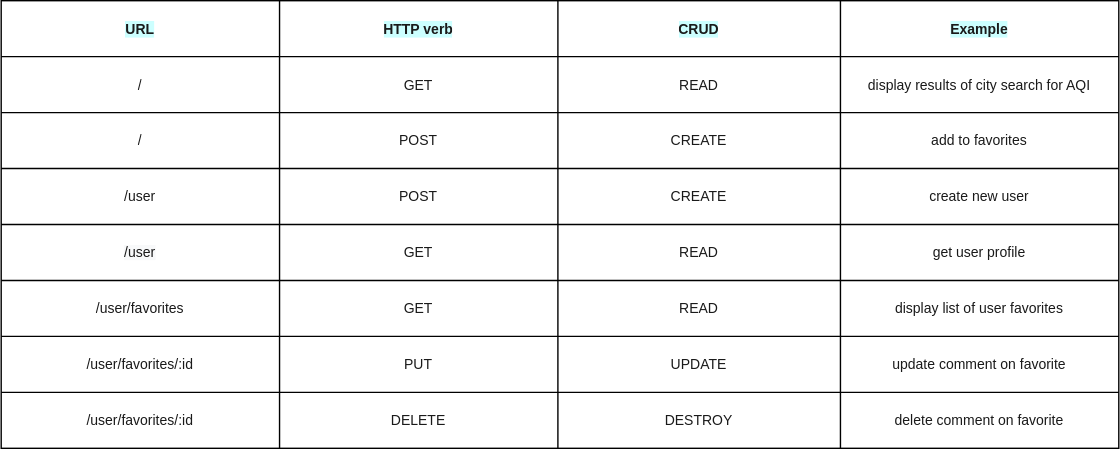
Before: .drawio.svg, a diagram exported from draw.io (nancyd333/project2). Source tidied: cells renumbered, new cells last; positions are measured from the earlier drawing's top-left corner, leaving out a move shared by most shapes. The source it was exported from:
```xml
<mxGraphModel>
  <root>
    <mxCell id="0" />
    <mxCell id="1" parent="0" />
    <mxCell id="2" style="shape=table;startSize=0;fontFamily=Helvetica;fontSize=10;fontColor=#1A1A1A;fillColor=#FFFFFF;whiteSpace=wrap;spacingLeft=5;spacingRight=5;" parent="1" vertex="1">
      <mxGeometry width="799" height="320" as="geometry" />
    </mxCell>
    <mxCell id="3" style="shape=partialRectangle;fillColor=none;top=0;left=0;bottom=0;right=0;fontFamily=Helvetica;fontSize=10;fontColor=#1A1A1A;spacingLeft=5;spacingRight=5;" parent="2" vertex="1">
      <mxGeometry width="799" height="40" as="geometry" />
    </mxCell>
    <mxCell id="4" value="&lt;b&gt;URL&lt;/b&gt;" style="shape=partialRectangle;html=1;whiteSpace=wrap;overflow=hidden;fillColor=none;top=0;left=0;bottom=0;right=0;fontFamily=Helvetica;fontSize=10;fontColor=#1A1A1A;spacingLeft=5;spacingRight=5;labelBackgroundColor=#CCFFFF;" parent="3" vertex="1">
      <mxGeometry width="199" height="40" as="geometry" />
    </mxCell>
    <mxCell id="5" value="&lt;b&gt;HTTP verb&lt;/b&gt;" style="shape=partialRectangle;html=1;whiteSpace=wrap;overflow=hidden;fillColor=none;top=0;left=0;bottom=0;right=0;fontFamily=Helvetica;fontSize=10;fontColor=#1A1A1A;spacingLeft=5;spacingRight=5;labelBackgroundColor=#CCFFFF;" parent="3" vertex="1">
      <mxGeometry x="199" width="199" height="40" as="geometry" />
    </mxCell>
    <mxCell id="6" value="&lt;b&gt;CRUD&lt;/b&gt;" style="shape=partialRectangle;html=1;whiteSpace=wrap;overflow=hidden;fillColor=none;top=0;left=0;bottom=0;right=0;fontFamily=Helvetica;fontSize=10;fontColor=#1A1A1A;spacingLeft=5;spacingRight=5;labelBackgroundColor=#CCFFFF;" parent="3" vertex="1">
      <mxGeometry x="398" width="202" height="40" as="geometry" />
    </mxCell>
    <mxCell id="7" value="&lt;b&gt;Example&lt;/b&gt;" style="shape=partialRectangle;html=1;whiteSpace=wrap;overflow=hidden;fillColor=none;top=0;left=0;bottom=0;right=0;fontFamily=Helvetica;fontSize=10;fontColor=#1A1A1A;spacingLeft=5;spacingRight=5;labelBackgroundColor=#CCFFFF;" parent="3" vertex="1">
      <mxGeometry x="600" width="199" height="40" as="geometry" />
    </mxCell>
    <mxCell id="8" style="shape=partialRectangle;fillColor=none;top=0;left=0;bottom=0;right=0;fontFamily=Helvetica;fontSize=10;fontColor=#1A1A1A;spacingLeft=5;spacingRight=5;" parent="2" vertex="1">
      <mxGeometry y="40" width="799" height="40" as="geometry" />
    </mxCell>
    <mxCell id="9" value="/" style="shape=partialRectangle;html=1;whiteSpace=wrap;overflow=hidden;fillColor=none;top=0;left=0;bottom=0;right=0;fontFamily=Helvetica;fontSize=10;fontColor=#1A1A1A;spacingLeft=5;spacingRight=5;" parent="8" vertex="1">
      <mxGeometry width="199" height="40" as="geometry" />
    </mxCell>
    <mxCell id="10" value="GET" style="shape=partialRectangle;html=1;whiteSpace=wrap;overflow=hidden;fillColor=none;top=0;left=0;bottom=0;right=0;fontFamily=Helvetica;fontSize=10;fontColor=#1A1A1A;spacingLeft=5;spacingRight=5;" parent="8" vertex="1">
      <mxGeometry x="199" width="199" height="40" as="geometry" />
    </mxCell>
    <mxCell id="11" value="READ" style="shape=partialRectangle;html=1;whiteSpace=wrap;overflow=hidden;fillColor=none;top=0;left=0;bottom=0;right=0;fontFamily=Helvetica;fontSize=10;fontColor=#1A1A1A;spacingLeft=5;spacingRight=5;" parent="8" vertex="1">
      <mxGeometry x="398" width="202" height="40" as="geometry" />
    </mxCell>
    <mxCell id="12" value="display results of city search for AQI" style="shape=partialRectangle;html=1;whiteSpace=wrap;overflow=hidden;fillColor=none;top=0;left=0;bottom=0;right=0;fontFamily=Helvetica;fontSize=10;fontColor=#1A1A1A;spacingLeft=5;spacingRight=5;" parent="8" vertex="1">
      <mxGeometry x="600" width="199" height="40" as="geometry" />
    </mxCell>
    <mxCell id="13" style="shape=partialRectangle;fillColor=none;top=0;left=0;bottom=0;right=0;fontFamily=Helvetica;fontSize=10;fontColor=#1A1A1A;spacingLeft=5;spacingRight=5;" parent="2" vertex="1">
      <mxGeometry y="80" width="799" height="40" as="geometry" />
    </mxCell>
    <mxCell id="14" value="/" style="shape=partialRectangle;html=1;whiteSpace=wrap;overflow=hidden;fillColor=none;top=0;left=0;bottom=0;right=0;fontFamily=Helvetica;fontSize=10;fontColor=#1A1A1A;spacingLeft=5;spacingRight=5;" parent="13" vertex="1">
      <mxGeometry width="199" height="40" as="geometry" />
    </mxCell>
    <mxCell id="15" value="POST" style="shape=partialRectangle;html=1;whiteSpace=wrap;overflow=hidden;fillColor=none;top=0;left=0;bottom=0;right=0;fontFamily=Helvetica;fontSize=10;fontColor=#1A1A1A;spacingLeft=5;spacingRight=5;" parent="13" vertex="1">
      <mxGeometry x="199" width="199" height="40" as="geometry" />
    </mxCell>
    <mxCell id="16" value="CREATE" style="shape=partialRectangle;html=1;whiteSpace=wrap;overflow=hidden;fillColor=none;top=0;left=0;bottom=0;right=0;fontFamily=Helvetica;fontSize=10;fontColor=#1A1A1A;spacingLeft=5;spacingRight=5;" parent="13" vertex="1">
      <mxGeometry x="398" width="202" height="40" as="geometry" />
    </mxCell>
    <mxCell id="17" value="add to favorites" style="shape=partialRectangle;html=1;whiteSpace=wrap;overflow=hidden;fillColor=none;top=0;left=0;bottom=0;right=0;fontFamily=Helvetica;fontSize=10;fontColor=#1A1A1A;spacingLeft=5;spacingRight=5;" parent="13" vertex="1">
      <mxGeometry x="600" width="199" height="40" as="geometry" />
    </mxCell>
    <mxCell id="18" style="shape=partialRectangle;fillColor=none;top=0;left=0;bottom=0;right=0;fontFamily=Helvetica;fontSize=10;fontColor=#1A1A1A;spacingLeft=5;spacingRight=5;" parent="2" vertex="1">
      <mxGeometry y="120" width="799" height="40" as="geometry" />
    </mxCell>
    <mxCell id="19" value="/user" style="shape=partialRectangle;html=1;whiteSpace=wrap;overflow=hidden;fillColor=none;top=0;left=0;bottom=0;right=0;fontFamily=Helvetica;fontSize=10;fontColor=#1A1A1A;spacingLeft=5;spacingRight=5;" parent="18" vertex="1">
      <mxGeometry width="199" height="40" as="geometry" />
    </mxCell>
    <mxCell id="20" value="POST" style="shape=partialRectangle;html=1;whiteSpace=wrap;overflow=hidden;fillColor=none;top=0;left=0;bottom=0;right=0;fontFamily=Helvetica;fontSize=10;fontColor=#1A1A1A;spacingLeft=5;spacingRight=5;" parent="18" vertex="1">
      <mxGeometry x="199" width="199" height="40" as="geometry" />
    </mxCell>
    <mxCell id="21" value="CREATE" style="shape=partialRectangle;html=1;whiteSpace=wrap;overflow=hidden;fillColor=none;top=0;left=0;bottom=0;right=0;fontFamily=Helvetica;fontSize=10;fontColor=#1A1A1A;spacingLeft=5;spacingRight=5;" parent="18" vertex="1">
      <mxGeometry x="398" width="202" height="40" as="geometry" />
    </mxCell>
    <mxCell id="22" value="create new user" style="shape=partialRectangle;html=1;whiteSpace=wrap;overflow=hidden;fillColor=none;top=0;left=0;bottom=0;right=0;fontFamily=Helvetica;fontSize=10;fontColor=#1A1A1A;spacingLeft=5;spacingRight=5;" parent="18" vertex="1">
      <mxGeometry x="600" width="199" height="40" as="geometry" />
    </mxCell>
    <mxCell id="23" style="shape=partialRectangle;fillColor=none;top=0;left=0;bottom=0;right=0;fontFamily=Helvetica;fontSize=10;fontColor=#1A1A1A;spacingLeft=5;spacingRight=5;" parent="2" vertex="1">
      <mxGeometry y="160" width="799" height="40" as="geometry" />
    </mxCell>
    <mxCell id="24" value="&lt;span style=&quot;color: rgb(26 , 26 , 26) ; font-family: &amp;#34;helvetica&amp;#34; ; font-size: 10px ; font-style: normal ; font-weight: 400 ; letter-spacing: normal ; text-align: center ; text-indent: 0px ; text-transform: none ; word-spacing: 0px ; background-color: rgb(248 , 249 , 250) ; display: inline ; float: none&quot;&gt;/user&lt;br&gt;&lt;/span&gt;" style="shape=partialRectangle;html=1;whiteSpace=wrap;overflow=hidden;fillColor=none;top=0;left=0;bottom=0;right=0;fontFamily=Helvetica;fontSize=10;fontColor=#1A1A1A;spacingLeft=5;spacingRight=5;" parent="23" vertex="1">
      <mxGeometry width="199" height="40" as="geometry" />
    </mxCell>
    <mxCell id="25" value="GET" style="shape=partialRectangle;html=1;whiteSpace=wrap;overflow=hidden;fillColor=none;top=0;left=0;bottom=0;right=0;fontFamily=Helvetica;fontSize=10;fontColor=#1A1A1A;spacingLeft=5;spacingRight=5;" parent="23" vertex="1">
      <mxGeometry x="199" width="199" height="40" as="geometry" />
    </mxCell>
    <mxCell id="26" value="READ" style="shape=partialRectangle;html=1;whiteSpace=wrap;overflow=hidden;fillColor=none;top=0;left=0;bottom=0;right=0;fontFamily=Helvetica;fontSize=10;fontColor=#1A1A1A;spacingLeft=5;spacingRight=5;" parent="23" vertex="1">
      <mxGeometry x="398" width="202" height="40" as="geometry" />
    </mxCell>
    <mxCell id="27" value="get user profile" style="shape=partialRectangle;html=1;whiteSpace=wrap;overflow=hidden;fillColor=none;top=0;left=0;bottom=0;right=0;fontFamily=Helvetica;fontSize=10;fontColor=#1A1A1A;spacingLeft=5;spacingRight=5;" parent="23" vertex="1">
      <mxGeometry x="600" width="199" height="40" as="geometry" />
    </mxCell>
    <mxCell id="28" style="shape=partialRectangle;fillColor=none;top=0;left=0;bottom=0;right=0;fontFamily=Helvetica;fontSize=10;fontColor=#1A1A1A;spacingLeft=5;spacingRight=5;" parent="2" vertex="1">
      <mxGeometry y="200" width="799" height="40" as="geometry" />
    </mxCell>
    <mxCell id="29" value="/user/favorites" style="shape=partialRectangle;html=1;whiteSpace=wrap;overflow=hidden;fillColor=none;top=0;left=0;bottom=0;right=0;fontFamily=Helvetica;fontSize=10;fontColor=#1A1A1A;spacingLeft=5;spacingRight=5;" parent="28" vertex="1">
      <mxGeometry width="199" height="40" as="geometry" />
    </mxCell>
    <mxCell id="30" value="GET" style="shape=partialRectangle;html=1;whiteSpace=wrap;overflow=hidden;fillColor=none;top=0;left=0;bottom=0;right=0;fontFamily=Helvetica;fontSize=10;fontColor=#1A1A1A;spacingLeft=5;spacingRight=5;" parent="28" vertex="1">
      <mxGeometry x="199" width="199" height="40" as="geometry" />
    </mxCell>
    <mxCell id="31" value="READ" style="shape=partialRectangle;html=1;whiteSpace=wrap;overflow=hidden;fillColor=none;top=0;left=0;bottom=0;right=0;fontFamily=Helvetica;fontSize=10;fontColor=#1A1A1A;spacingLeft=5;spacingRight=5;" parent="28" vertex="1">
      <mxGeometry x="398" width="202" height="40" as="geometry" />
    </mxCell>
    <mxCell id="32" value="display list of user favorites" style="shape=partialRectangle;html=1;whiteSpace=wrap;overflow=hidden;fillColor=none;top=0;left=0;bottom=0;right=0;fontFamily=Helvetica;fontSize=10;fontColor=#1A1A1A;spacingLeft=5;spacingRight=5;" parent="28" vertex="1">
      <mxGeometry x="600" width="199" height="40" as="geometry" />
    </mxCell>
    <mxCell id="33" style="shape=partialRectangle;fillColor=none;top=0;left=0;bottom=0;right=0;fontFamily=Helvetica;fontSize=10;fontColor=#1A1A1A;spacingLeft=5;spacingRight=5;" parent="2" vertex="1">
      <mxGeometry y="240" width="799" height="40" as="geometry" />
    </mxCell>
    <mxCell id="34" value="&lt;span&gt;/user/favorites/:id&lt;/span&gt;" style="shape=partialRectangle;html=1;whiteSpace=wrap;overflow=hidden;fillColor=none;top=0;left=0;bottom=0;right=0;fontFamily=Helvetica;fontSize=10;fontColor=#1A1A1A;spacingLeft=5;spacingRight=5;" parent="33" vertex="1">
      <mxGeometry width="199" height="40" as="geometry" />
    </mxCell>
    <mxCell id="35" value="PUT" style="shape=partialRectangle;html=1;whiteSpace=wrap;overflow=hidden;fillColor=none;top=0;left=0;bottom=0;right=0;fontFamily=Helvetica;fontSize=10;fontColor=#1A1A1A;spacingLeft=5;spacingRight=5;" parent="33" vertex="1">
      <mxGeometry x="199" width="199" height="40" as="geometry" />
    </mxCell>
    <mxCell id="36" value="UPDATE" style="shape=partialRectangle;html=1;whiteSpace=wrap;overflow=hidden;fillColor=none;top=0;left=0;bottom=0;right=0;fontFamily=Helvetica;fontSize=10;fontColor=#1A1A1A;spacingLeft=5;spacingRight=5;" parent="33" vertex="1">
      <mxGeometry x="398" width="202" height="40" as="geometry" />
    </mxCell>
    <mxCell id="37" value="update comment on favorite" style="shape=partialRectangle;html=1;whiteSpace=wrap;overflow=hidden;fillColor=none;top=0;left=0;bottom=0;right=0;fontFamily=Helvetica;fontSize=10;fontColor=#1A1A1A;spacingLeft=5;spacingRight=5;" parent="33" vertex="1">
      <mxGeometry x="600" width="199" height="40" as="geometry" />
    </mxCell>
    <mxCell id="38" style="shape=partialRectangle;fillColor=none;top=0;left=0;bottom=0;right=0;fontFamily=Helvetica;fontSize=10;fontColor=#1A1A1A;spacingLeft=5;spacingRight=5;" parent="2" vertex="1">
      <mxGeometry y="280" width="799" height="40" as="geometry" />
    </mxCell>
    <mxCell id="39" value="&lt;span&gt;/user/favorites/:id&lt;/span&gt;" style="shape=partialRectangle;html=1;whiteSpace=wrap;overflow=hidden;fillColor=none;top=0;left=0;bottom=0;right=0;fontFamily=Helvetica;fontSize=10;fontColor=#1A1A1A;spacingLeft=5;spacingRight=5;" parent="38" vertex="1">
      <mxGeometry width="199" height="40" as="geometry" />
    </mxCell>
    <mxCell id="40" value="DELETE" style="shape=partialRectangle;html=1;whiteSpace=wrap;overflow=hidden;fillColor=none;top=0;left=0;bottom=0;right=0;fontFamily=Helvetica;fontSize=10;fontColor=#1A1A1A;spacingLeft=5;spacingRight=5;" parent="38" vertex="1">
      <mxGeometry x="199" width="199" height="40" as="geometry" />
    </mxCell>
    <mxCell id="41" value="DESTROY" style="shape=partialRectangle;html=1;whiteSpace=wrap;overflow=hidden;fillColor=none;top=0;left=0;bottom=0;right=0;fontFamily=Helvetica;fontSize=10;fontColor=#1A1A1A;spacingLeft=5;spacingRight=5;" parent="38" vertex="1">
      <mxGeometry x="398" width="202" height="40" as="geometry" />
    </mxCell>
    <mxCell id="42" value="delete comment on favorite" style="shape=partialRectangle;html=1;whiteSpace=wrap;overflow=hidden;fillColor=none;top=0;left=0;bottom=0;right=0;fontFamily=Helvetica;fontSize=10;fontColor=#1A1A1A;spacingLeft=5;spacingRight=5;" parent="38" vertex="1">
      <mxGeometry x="600" width="199" height="40" as="geometry" />
    </mxCell>
  </root>
</mxGraphModel>
```
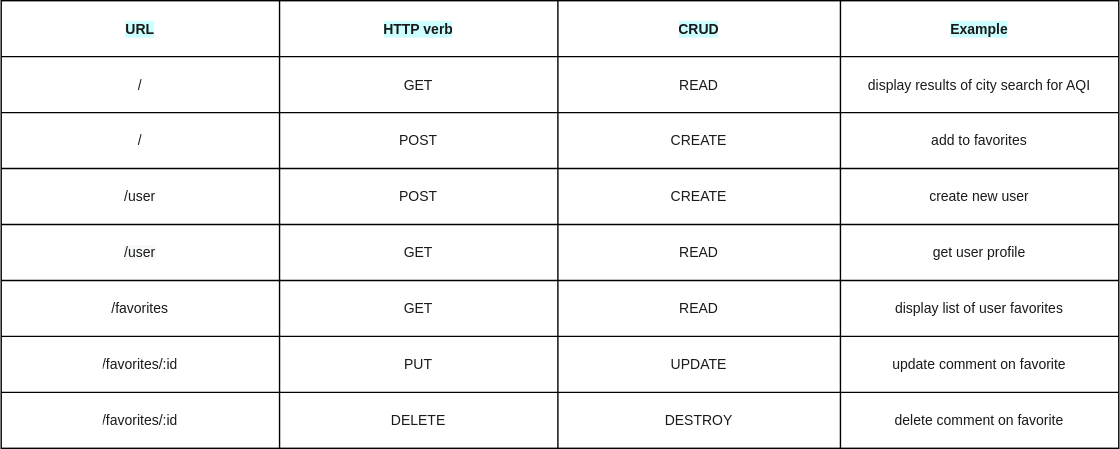
The same file after the commit.

The edit, as a diff of the source:
```diff
@@ -83,7 +83,7 @@
     <mxCell id="28" style="shape=partialRectangle;fillColor=none;top=0;left=0;bottom=0;right=0;fontFamily=Helvetica;fontSize=10;fontColor=#1A1A1A;spacingLeft=5;spacingRight=5;" parent="2" vertex="1">
       <mxGeometry y="200" width="799" height="40" as="geometry" />
     </mxCell>
-    <mxCell id="29" value="/user/favorites" style="shape=partialRectangle;html=1;whiteSpace=wrap;overflow=hidden;fillColor=none;top=0;left=0;bottom=0;right=0;fontFamily=Helvetica;fontSize=10;fontColor=#1A1A1A;spacingLeft=5;spacingRight=5;" parent="28" vertex="1">
+    <mxCell id="29" value="/favorites" style="shape=partialRectangle;html=1;whiteSpace=wrap;overflow=hidden;fillColor=none;top=0;left=0;bottom=0;right=0;fontFamily=Helvetica;fontSize=10;fontColor=#1A1A1A;spacingLeft=5;spacingRight=5;" parent="28" vertex="1">
       <mxGeometry width="199" height="40" as="geometry" />
     </mxCell>
     <mxCell id="30" value="GET" style="shape=partialRectangle;html=1;whiteSpace=wrap;overflow=hidden;fillColor=none;top=0;left=0;bottom=0;right=0;fontFamily=Helvetica;fontSize=10;fontColor=#1A1A1A;spacingLeft=5;spacingRight=5;" parent="28" vertex="1">
@@ -98,7 +98,7 @@
     <mxCell id="33" style="shape=partialRectangle;fillColor=none;top=0;left=0;bottom=0;right=0;fontFamily=Helvetica;fontSize=10;fontColor=#1A1A1A;spacingLeft=5;spacingRight=5;" parent="2" vertex="1">
       <mxGeometry y="240" width="799" height="40" as="geometry" />
     </mxCell>
-    <mxCell id="34" value="&lt;span&gt;/user/favorites/:id&lt;/span&gt;" style="shape=partialRectangle;html=1;whiteSpace=wrap;overflow=hidden;fillColor=none;top=0;left=0;bottom=0;right=0;fontFamily=Helvetica;fontSize=10;fontColor=#1A1A1A;spacingLeft=5;spacingRight=5;" parent="33" vertex="1">
+    <mxCell id="34" value="&lt;span&gt;/favorites/:id&lt;/span&gt;" style="shape=partialRectangle;html=1;whiteSpace=wrap;overflow=hidden;fillColor=none;top=0;left=0;bottom=0;right=0;fontFamily=Helvetica;fontSize=10;fontColor=#1A1A1A;spacingLeft=5;spacingRight=5;" parent="33" vertex="1">
       <mxGeometry width="199" height="40" as="geometry" />
     </mxCell>
     <mxCell id="35" value="PUT" style="shape=partialRectangle;html=1;whiteSpace=wrap;overflow=hidden;fillColor=none;top=0;left=0;bottom=0;right=0;fontFamily=Helvetica;fontSize=10;fontColor=#1A1A1A;spacingLeft=5;spacingRight=5;" parent="33" vertex="1">
@@ -113,7 +113,7 @@
     <mxCell id="38" style="shape=partialRectangle;fillColor=none;top=0;left=0;bottom=0;right=0;fontFamily=Helvetica;fontSize=10;fontColor=#1A1A1A;spacingLeft=5;spacingRight=5;" parent="2" vertex="1">
       <mxGeometry y="280" width="799" height="40" as="geometry" />
     </mxCell>
-    <mxCell id="39" value="&lt;span&gt;/user/favorites/:id&lt;/span&gt;" style="shape=partialRectangle;html=1;whiteSpace=wrap;overflow=hidden;fillColor=none;top=0;left=0;bottom=0;right=0;fontFamily=Helvetica;fontSize=10;fontColor=#1A1A1A;spacingLeft=5;spacingRight=5;" parent="38" vertex="1">
+    <mxCell id="39" value="&lt;span&gt;/favorites/:id&lt;/span&gt;" style="shape=partialRectangle;html=1;whiteSpace=wrap;overflow=hidden;fillColor=none;top=0;left=0;bottom=0;right=0;fontFamily=Helvetica;fontSize=10;fontColor=#1A1A1A;spacingLeft=5;spacingRight=5;" parent="38" vertex="1">
       <mxGeometry width="199" height="40" as="geometry" />
     </mxCell>
     <mxCell id="40" value="DELETE" style="shape=partialRectangle;html=1;whiteSpace=wrap;overflow=hidden;fillColor=none;top=0;left=0;bottom=0;right=0;fontFamily=Helvetica;fontSize=10;fontColor=#1A1A1A;spacingLeft=5;spacingRight=5;" parent="38" vertex="1">
```
